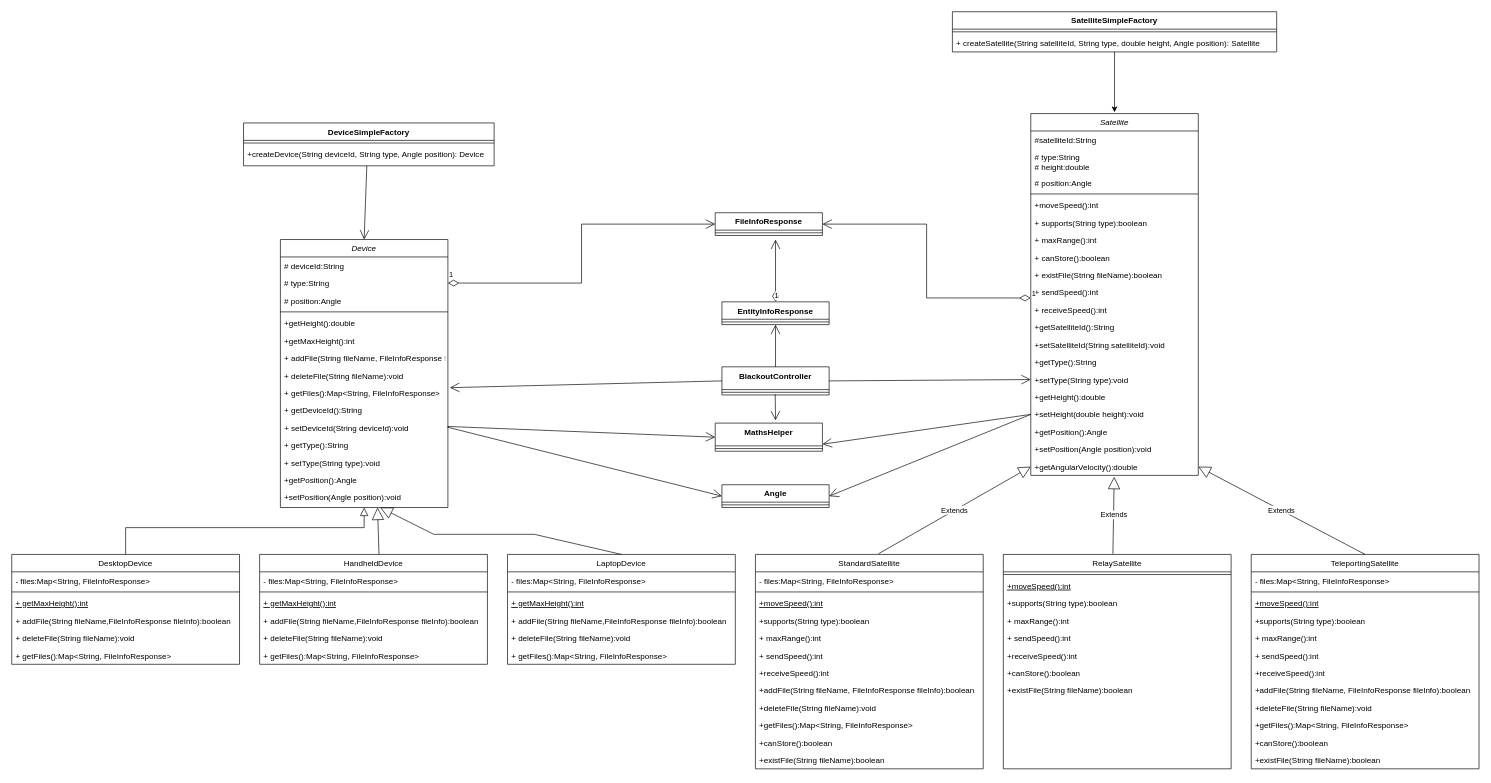
Before: satellite.drawio in yangyong0614/Java_Draw_IO, a draw.io diagram. Source tidied: cells renumbered, new cells numbered last; positions are measured from the earlier drawing's top-left corner, leaving out a move shared by most shapes. Both pictures are drawn from the tidied source at 67%, with x=0, y=0 at pixel (11, 11).
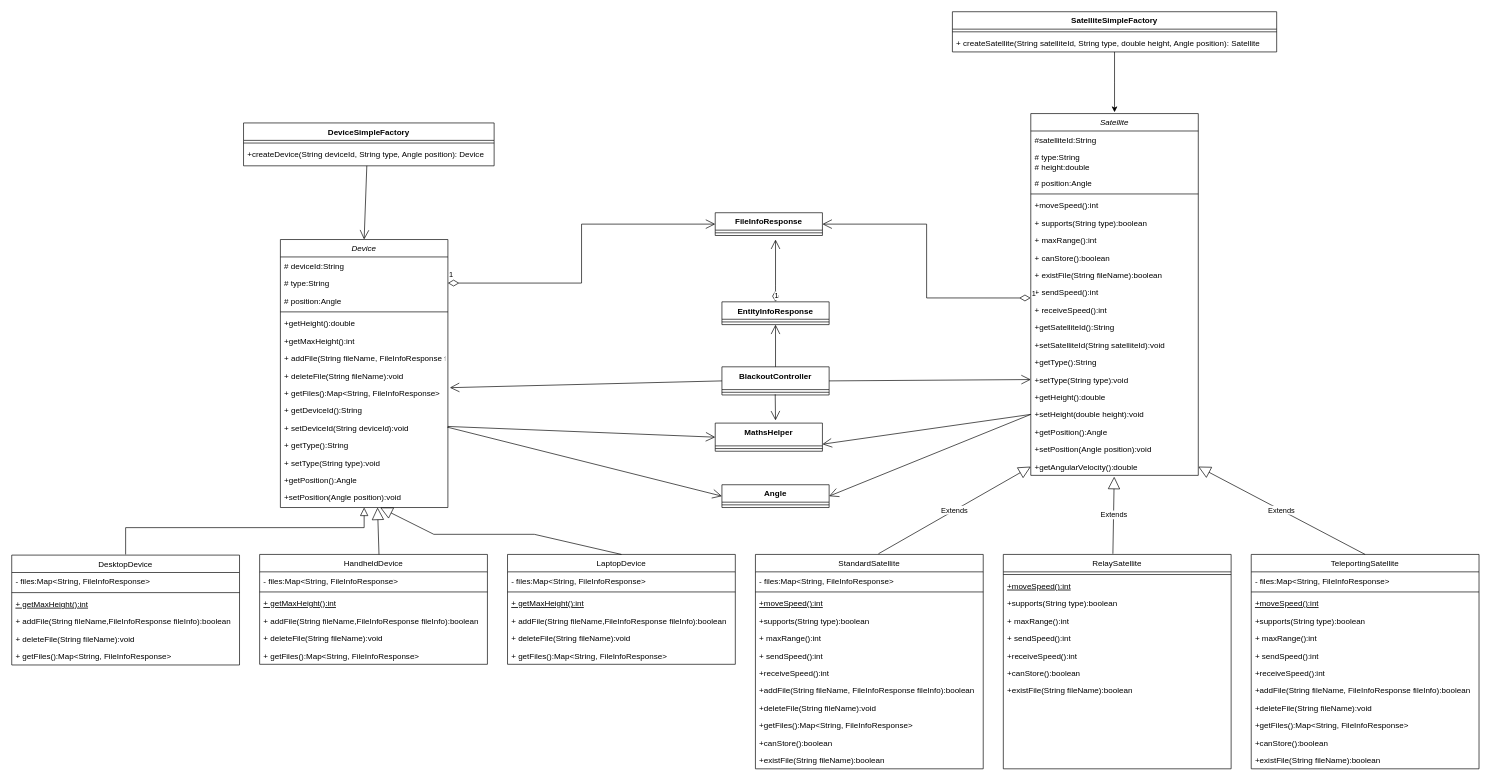
Above is the later version.

Unchanged cells that the change refers to:
```xml
<mxCell id="2" value="Device" style="swimlane;fontStyle=2;align=center;verticalAlign=top;horizontal=1;startSize=26;rounded=0;shadow=0;strokeWidth=1;" parent="1" vertex="1">
  <mxGeometry x="401" y="340" width="250" height="400" as="geometry" />
</mxCell>
```

Change to the diagram source:
```diff
@@
     <mxCell id="18" value="DesktopDevice" style="swimlane;fontStyle=0;align=center;verticalAlign=top;horizontal=1;startSize=26;rounded=0;shadow=0;strokeWidth=1;" parent="1" vertex="1">
-      <mxGeometry y="810" width="340" height="164" as="geometry" />
+      <mxGeometry y="811" width="340" height="164" as="geometry" />
     </mxCell>
@@
-    <mxCell id="25" style="endArrow=block;endSize=10;endFill=0;shadow=0;strokeWidth=1;rounded=0;edgeStyle=elbowEdgeStyle;elbow=vertical;" parent="1" edge="1" source="18" target="2">
+    <mxCell id="25" style="endArrow=block;endSize=10;endFill=0;shadow=0;strokeWidth=1;rounded=0;edgeStyle=elbowEdgeStyle;elbow=vertical;" parent="1" edge="1" target="2">
       <mxGeometry relative="1" as="geometry">
+        <mxPoint x="170" y="810" as="sourcePoint" />
         <Array as="points">
           <mxPoint x="170" y="770" />
           <mxPoint x="140" y="790" />
         </Array>
       </mxGeometry>
     </mxCell>
```
